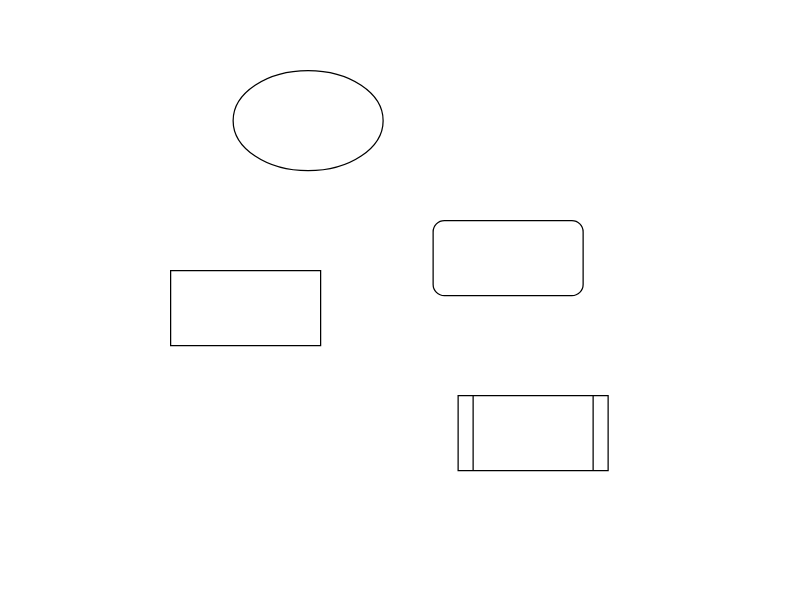
wenjin0826/resource keeps this draw.io diagram as 未命名绘图.drawio. Above is the earlier version. Source tidied: cells renumbered, new cells numbered last; positions are measured from the earlier drawing's top-left corner, leaving out a move shared by most shapes. Both pictures are drawn from the tidied source at 125%, with x=0, y=0 at pixel (170, 70).
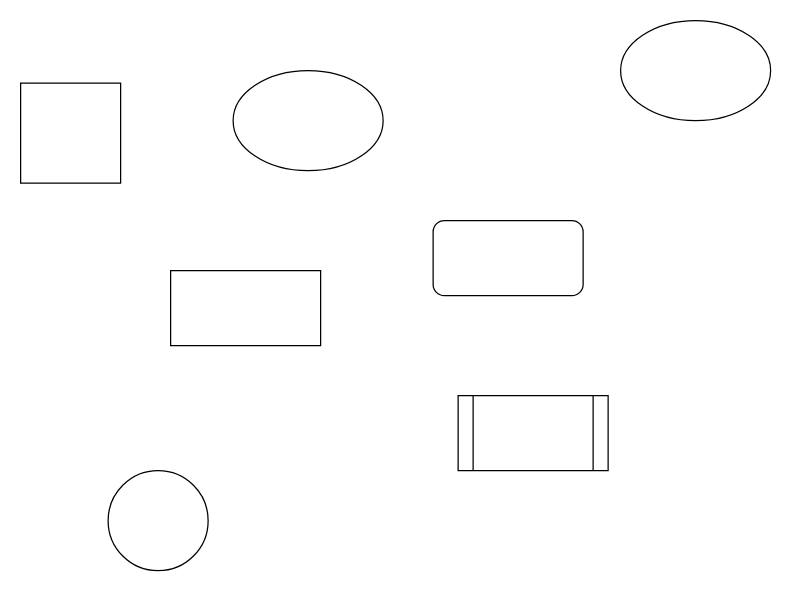
The same page after the edit.

Commit message (it also covers changes not shown here):
未命名绘图.drawio

What changed in the source:
```diff
@@
 <mxGraphModel>
   <root>
     <mxCell id="0" />
     <mxCell id="1" parent="0" />
     <mxCell id="2" style="rounded=0;whiteSpace=wrap;html=1;" parent="1" vertex="1">
       <mxGeometry y="160" width="120" height="60" as="geometry" />
     </mxCell>
     <mxCell id="3" style="rounded=1;whiteSpace=wrap;html=1;" parent="1" vertex="1">
       <mxGeometry x="210" y="120" width="120" height="60" as="geometry" />
     </mxCell>
     <mxCell id="4" style="ellipse;whiteSpace=wrap;html=1;" parent="1" vertex="1">
       <mxGeometry x="50" width="120" height="80" as="geometry" />
     </mxCell>
     <mxCell id="5" style="shape=process;whiteSpace=wrap;html=1;backgroundOutline=1;" parent="1" vertex="1">
       <mxGeometry x="230" y="260" width="120" height="60" as="geometry" />
     </mxCell>
+    <mxCell id="6" style="ellipse;whiteSpace=wrap;html=1;" parent="1" vertex="1">
+      <mxGeometry x="360" y="-40" width="120" height="80" as="geometry" />
+    </mxCell>
+    <mxCell id="7" style="ellipse;whiteSpace=wrap;html=1;" parent="1" vertex="1">
+      <mxGeometry x="-50" y="320" width="80" height="80" as="geometry" />
+    </mxCell>
+    <mxCell id="8" style="whiteSpace=wrap;html=1;" parent="1" vertex="1">
+      <mxGeometry x="-120" y="10" width="80" height="80" as="geometry" />
+    </mxCell>
   </root>
 </mxGraphModel>
```
